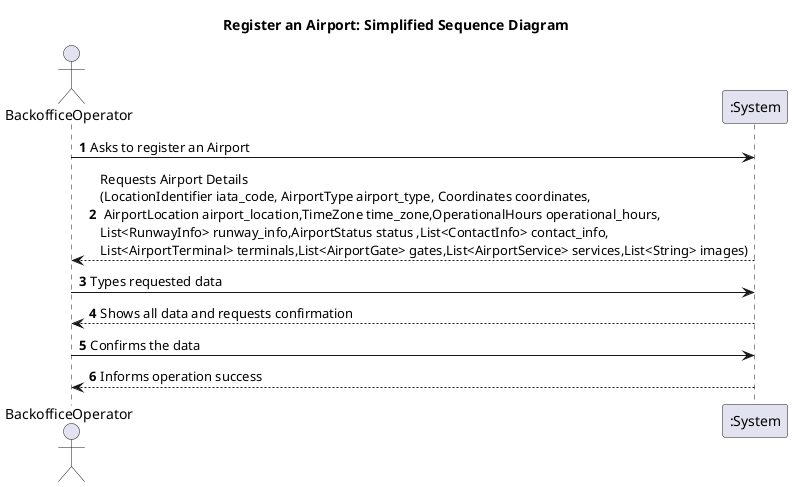
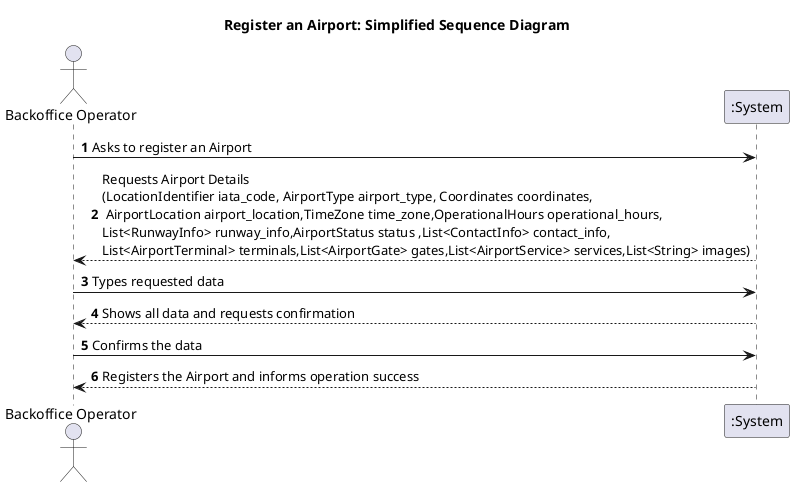
@startuml
'https://plantuml.com/sequence-diagram

autonumber

title Register an Airport: Simplified Sequence Diagram

- actor BackofficeOperator as BO
+ actor "Backoffice Operator" as BO
participant ":System" as S

BO -> S: Asks to register an Airport
S --> BO: Requests Airport Details \n(LocationIdentifier iata_code, AirportType airport_type, Coordinates coordinates,\n AirportLocation airport_location,TimeZone time_zone,OperationalHours operational_hours,\nList<RunwayInfo> runway_info,AirportStatus status ,List<ContactInfo> contact_info, \nList<AirportTerminal> terminals,List<AirportGate> gates,List<AirportService> services,List<String> images)

BO -> S: Types requested data
S --> BO: Shows all data and requests confirmation

BO -> S: Confirms the data
- S --> BO: Informs operation success
+ S --> BO: Registers the Airport and informs operation success

@enduml